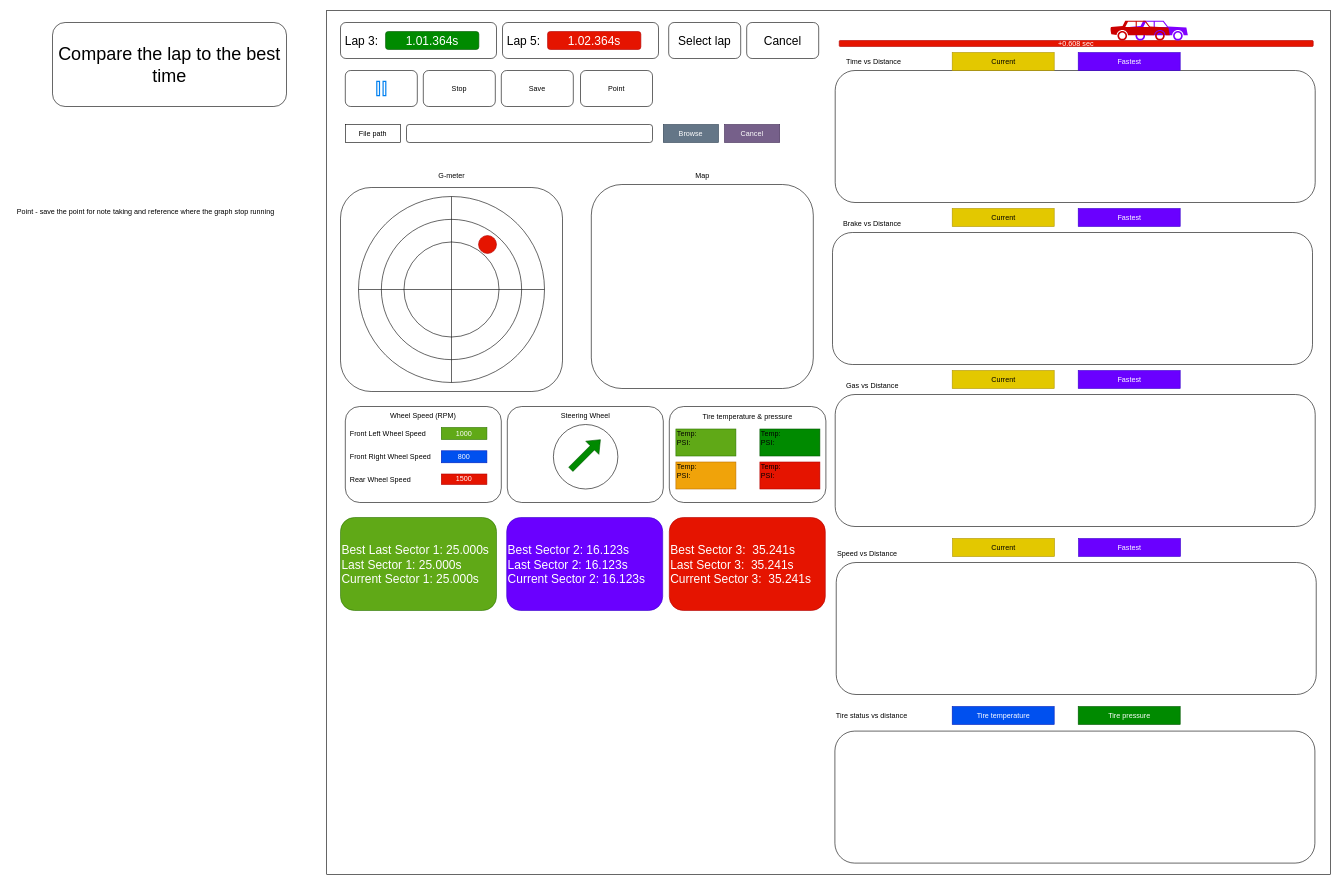
The draw.io diagram page "data analysis Lap sub page" (4 of 5) of pictures/WEB View dashboard.drawio in Yobeh-blek/FullSend_Logger, before the edit. Source tidied: cells renumbered, new cells numbered last; positions are measured from the earlier drawing's top-left corner, leaving out a move shared by most shapes. Both pictures are drawn from the tidied source at 60%, with x=0, y=0 at pixel (10, 10). Pictures stored in the file or linked from it are replaced by grey dashed boxes.
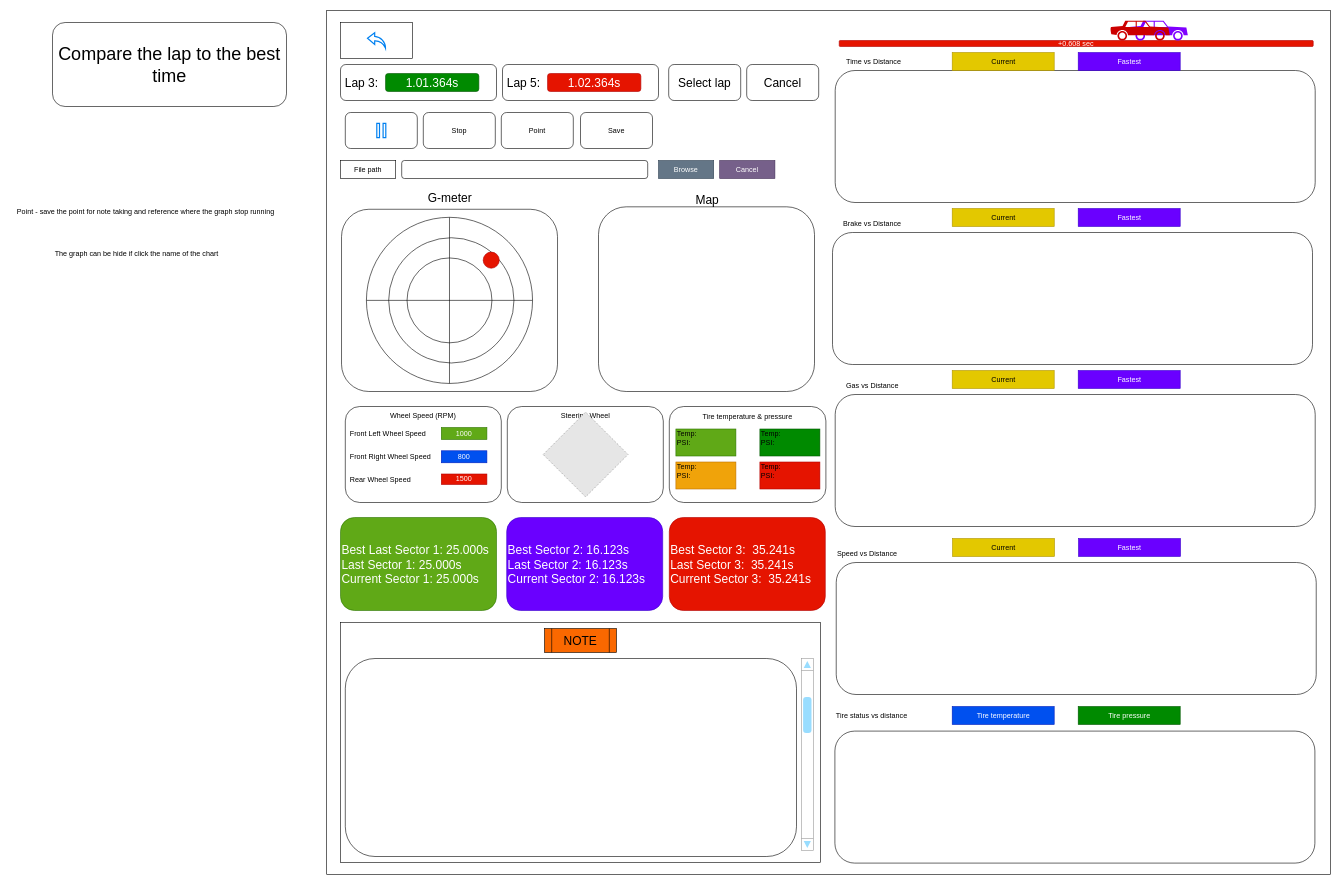
After the change.

Diff of the diagram source:
```diff
@@
     <mxCell id="7" style="group;" parent="1" vertex="1">
-      <mxGeometry x="550" y="260" width="370" height="375" as="geometry" />
+      <mxGeometry x="564" y="300" width="360" height="335" as="geometry" />
     </mxCell>
     <mxCell id="8" style="group;" parent="7" vertex="1">
-      <mxGeometry width="370" height="375" as="geometry" />
+      <mxGeometry width="360" height="335" as="geometry" />
     </mxCell>
-    <mxCell id="9" value="G-meter" style="text;html=1;align=center;verticalAlign=middle;strokeColor=none;fillColor=none;" parent="8" vertex="1">
-      <mxGeometry x="150" width="70" height="30" as="geometry" />
+    <mxCell id="9" value="&lt;font style=&quot;font-size: 20px;&quot;&gt;G-meter&lt;/font&gt;" style="text;html=1;align=center;verticalAlign=middle;strokeColor=none;fillColor=none;" parent="8" vertex="1">
+      <mxGeometry x="117.6" y="-8.7" width="100" height="40" as="geometry" />
     </mxCell>
     <mxCell id="10" style="rounded=1;whiteSpace=wrap;html=1;" parent="8" vertex="1">
-      <mxGeometry y="35" width="370" height="340" as="geometry" />
+      <mxGeometry x="-12.3" y="31.3" width="360" height="303.7" as="geometry" />
     </mxCell>
     <mxCell id="11" style="ellipse;whiteSpace=wrap;html=1;" parent="8" vertex="1">
-      <mxGeometry x="30" y="50" width="310" height="310" as="geometry" />
+      <mxGeometry x="29.2" y="44.7" width="276.9" height="276.9" as="geometry" />
     </mxCell>
     <mxCell id="12" style="ellipse;whiteSpace=wrap;html=1;" parent="8" vertex="1">
-      <mxGeometry x="68.1" y="88.1" width="233.8" height="233.8" as="geometry" />
+      <mxGeometry x="66.3" y="78.7" width="208.8" height="208.8" as="geometry" />
     </mxCell>
     <mxCell id="13" style="ellipse;whiteSpace=wrap;html=1;" parent="8" vertex="1">
-      <mxGeometry x="105.8" y="125.8" width="158.4" height="158.4" as="geometry" />
+      <mxGeometry x="96.9" y="112.4" width="141.5" height="141.5" as="geometry" />
     </mxCell>
@@
     <mxCell id="16" style="ellipse;whiteSpace=wrap;html=1;fillColor=#e51400;fontColor=#ffffff;strokeColor=#B20000;" parent="8" vertex="1">
-      <mxGeometry x="230" y="115" width="30" height="30" as="geometry" />
+      <mxGeometry x="223.8" y="102.7" width="26.8" height="26.8" as="geometry" />
     </mxCell>
     <mxCell id="17" style="group;" parent="1" vertex="1">
-      <mxGeometry x="968" y="260" width="370" height="370" as="geometry" />
+      <mxGeometry x="980" y="300" width="360" height="335" as="geometry" />
     </mxCell>
     <mxCell id="18" style="rounded=1;whiteSpace=wrap;html=1;" parent="17" vertex="1">
-      <mxGeometry y="30" width="370" height="340" as="geometry" />
+      <mxGeometry y="27.2" width="360" height="307.8" as="geometry" />
     </mxCell>
-    <mxCell id="19" value="Map" style="text;html=1;align=center;verticalAlign=middle;strokeColor=none;fillColor=none;" parent="17" vertex="1">
-      <mxGeometry x="160" width="50" height="30" as="geometry" />
+    <mxCell id="19" value="&lt;font style=&quot;font-size: 20px;&quot;&gt;Map&lt;/font&gt;" style="text;html=1;align=center;verticalAlign=middle;strokeColor=none;fillColor=none;" parent="17" vertex="1">
+      <mxGeometry x="150.7" y="-5" width="60" height="40" as="geometry" />
     </mxCell>
@@
-    <mxCell id="40" style="group;" parent="1" vertex="1">
-      <mxGeometry x="828" y="660" width="260" height="160" as="geometry" />
-    </mxCell>
-    <mxCell id="41" style="rounded=1;whiteSpace=wrap;html=1;" parent="40" vertex="1">
-      <mxGeometry width="260" height="160" as="geometry" />
-    </mxCell>
-    <mxCell id="42" value="Steering Wheel" style="text;html=1;align=center;verticalAlign=middle;whiteSpace=wrap;rounded=0;" parent="40" vertex="1">
-      <mxGeometry x="80" width="101" height="30" as="geometry" />
-    </mxCell>
-    <mxCell id="43" style="ellipse;whiteSpace=wrap;html=1;" parent="40" vertex="1">
-      <mxGeometry x="76.8" y="30" width="107.5" height="107.5" as="geometry" />
-    </mxCell>
-    <mxCell id="44" style="shape=flexArrow;endArrow=classic;html=1;rounded=0;fillColor=#008a00;strokeColor=#005700;" parent="40" edge="1">
-      <mxGeometry relative="1" as="geometry">
-        <mxPoint x="105.5" y="105" as="sourcePoint" />
-        <mxPoint x="155.5" y="55" as="targetPoint" />
-      </mxGeometry>
-    </mxCell>
-    <mxCell id="45" value="Point" style="rounded=1;whiteSpace=wrap;html=1;" parent="1" vertex="1">
-      <mxGeometry x="950" y="100" width="120" height="60" as="geometry" />
+    <mxCell id="45" value="Save" style="rounded=1;whiteSpace=wrap;html=1;" parent="1" vertex="1">
+      <mxGeometry x="950" y="170" width="120" height="60" as="geometry" />
     </mxCell>
     <mxCell id="46" value="Stop" style="rounded=1;whiteSpace=wrap;html=1;" parent="1" vertex="1">
-      <mxGeometry x="688" y="100" width="120" height="60" as="geometry" />
+      <mxGeometry x="688" y="170" width="120" height="60" as="geometry" />
     </mxCell>
-    <mxCell id="47" value="Save" style="rounded=1;whiteSpace=wrap;html=1;" parent="1" vertex="1">
-      <mxGeometry x="818" y="100" width="120" height="60" as="geometry" />
+    <mxCell id="47" value="Point" style="rounded=1;whiteSpace=wrap;html=1;" parent="1" vertex="1">
+      <mxGeometry x="818" y="170" width="120" height="60" as="geometry" />
     </mxCell>
     <mxCell id="48" style="group;" parent="1" vertex="1">
-      <mxGeometry x="558" y="100" width="120" height="60" as="geometry" />
+      <mxGeometry x="558" y="170" width="120" height="60" as="geometry" />
     </mxCell>
@@
     <mxCell id="75" style="rounded=1;whiteSpace=wrap;html=1;" parent="1" vertex="1">
-      <mxGeometry x="660" y="190" width="410" height="30" as="geometry" />
+      <mxGeometry x="652" y="250" width="410" height="30" as="geometry" />
     </mxCell>
     <mxCell id="76" value="File path" style="rounded=0;whiteSpace=wrap;html=1;" parent="1" vertex="1">
-      <mxGeometry x="558" y="190" width="92" height="30" as="geometry" />
+      <mxGeometry x="550" y="250" width="92" height="30" as="geometry" />
     </mxCell>
     <mxCell id="77" value="Browse" style="rounded=0;whiteSpace=wrap;html=1;fillColor=#647687;fontColor=#ffffff;strokeColor=#314354;" parent="1" vertex="1">
-      <mxGeometry x="1088" y="190" width="92" height="30" as="geometry" />
+      <mxGeometry x="1080" y="250" width="92" height="30" as="geometry" />
     </mxCell>
     <mxCell id="78" value="Cancel" style="rounded=0;whiteSpace=wrap;html=1;fillColor=#76608a;fontColor=#ffffff;strokeColor=#432D57;" parent="1" vertex="1">
-      <mxGeometry x="1190" y="190" width="92" height="30" as="geometry" />
+      <mxGeometry x="1182" y="250" width="92" height="30" as="geometry" />
     </mxCell>
     <mxCell id="79" style="group;" parent="1" vertex="1">
-      <mxGeometry x="550" y="20" width="797" height="60" as="geometry" />
+      <mxGeometry x="550" y="90" width="797" height="60" as="geometry" />
     </mxCell>
@@
+    <mxCell id="88" value="The graph can be hide if click the name of the chart" style="text;html=1;align=center;verticalAlign=middle;strokeColor=none;fillColor=none;" parent="1" vertex="1">
+      <mxGeometry x="60" y="390" width="300" height="30" as="geometry" />
+    </mxCell>
+    <mxCell id="89" style="rounded=0;whiteSpace=wrap;html=1;" parent="1" vertex="1">
+      <mxGeometry x="550" y="1020" width="800" height="400" as="geometry" />
+    </mxCell>
+    <mxCell id="90" value="&lt;font style=&quot;font-size: 20px;&quot;&gt;NOTE&lt;/font&gt;" style="shape=process;whiteSpace=wrap;html=1;backgroundOutline=1;fillColor=#fa6800;fontColor=#000000;strokeColor=#000000;" parent="1" vertex="1">
+      <mxGeometry x="890" y="1030" width="120" height="40" as="geometry" />
+    </mxCell>
+    <mxCell id="91" style="rounded=1;whiteSpace=wrap;html=1;" parent="1" vertex="1">
+      <mxGeometry x="558" y="1080" width="752" height="330" as="geometry" />
+    </mxCell>
+    <mxCell id="92" style="verticalLabelPosition=bottom;shadow=0;dashed=0;align=center;html=1;verticalAlign=top;strokeWidth=1;shape=mxgraph.mockup.navigation.scrollBar;strokeColor=#999999;barPos=20;fillColor2=#99ddff;strokeColor2=none;direction=north;rotation=-180;" parent="1" vertex="1">
+      <mxGeometry x="1318" y="1080" width="20" height="320" as="geometry" />
+    </mxCell>
+    <mxCell id="40" style="group;" parent="1" vertex="1">
+      <mxGeometry x="828" y="660" width="260" height="160" as="geometry" />
+    </mxCell>
+    <mxCell id="41" style="rounded=1;whiteSpace=wrap;html=1;" parent="40" vertex="1">
+      <mxGeometry width="260" height="160" as="geometry" />
+    </mxCell>
+    <mxCell id="42" value="Steering Wheel" style="text;html=1;align=center;verticalAlign=middle;whiteSpace=wrap;rounded=0;" parent="40" vertex="1">
+      <mxGeometry x="80" width="101" height="30" as="geometry" />
+    </mxCell>
+    <mxCell id="93" style="fillColor=#E6E6E6;strokeColor=#999999;dashed=1;verticalLabelPosition=bottom;labelBackgroundColor=default;verticalAlign=top;rotation=-45;" parent="40" vertex="1">
+      <mxGeometry x="80.5" y="30" width="100" height="100" as="geometry" />
+    </mxCell>
+    <mxCell id="94" style="group;" parent="1" vertex="1">
+      <mxGeometry x="550" y="20" width="120" height="60" as="geometry" />
+    </mxCell>
+    <mxCell id="95" style="rounded=0;whiteSpace=wrap;html=1;" parent="94" vertex="1">
+      <mxGeometry width="120" height="60" as="geometry" />
+    </mxCell>
+    <mxCell id="96" style="html=1;verticalLabelPosition=bottom;align=center;labelBackgroundColor=#ffffff;verticalAlign=top;strokeWidth=2;strokeColor=#0080F0;shadow=0;dashed=0;shape=mxgraph.ios7.icons.back;" parent="94" vertex="1">
+      <mxGeometry x="45" y="17.2" width="30" height="25.5" as="geometry" />
+    </mxCell>
```
